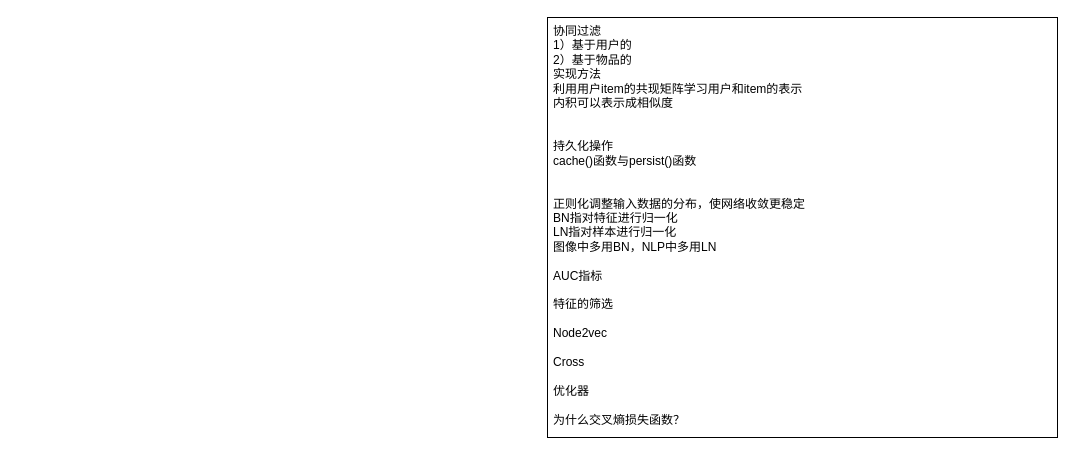
This is 推荐八股.drawio from limpid-11/drawio, a draw.io file, before an edit. Source tidied: cells renumbered, new cells numbered last; positions are measured from the earlier drawing's top-left corner, leaving out a move shared by most shapes. Both pictures are drawn from the tidied source at 100%, with x=0, y=0 at pixel (547, 17).
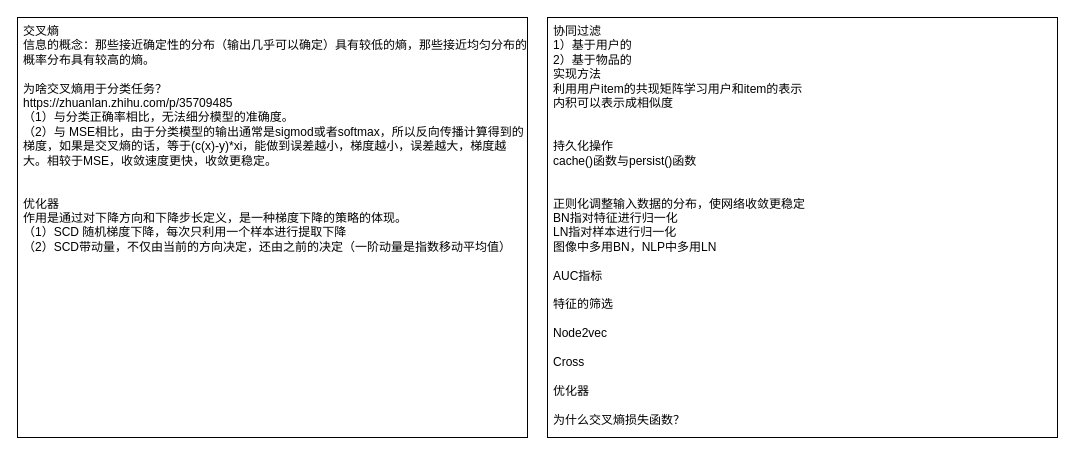
After the change.

Commit message:
更新推荐八股.drawio

What changed in the source:
```diff
@@
 <mxGraphModel>
   <root>
     <mxCell id="0" />
     <mxCell id="1" parent="0" />
     <mxCell id="2" value="协同过滤&lt;div&gt;1）基于用户的&lt;/div&gt;&lt;div&gt;2）基于物品的&lt;/div&gt;&lt;div&gt;实现方法&lt;/div&gt;&lt;div&gt;利用用户item的共现矩阵学习用户和item的表示&lt;/div&gt;&lt;div&gt;内积可以表示成相似度&lt;/div&gt;&lt;div&gt;&lt;br&gt;&lt;/div&gt;&lt;div&gt;&lt;br&gt;&lt;/div&gt;&lt;div&gt;持久化操作&lt;/div&gt;&lt;div&gt;cache()函数与persist()函数&lt;/div&gt;&lt;div&gt;&lt;br&gt;&lt;/div&gt;&lt;div&gt;&lt;br&gt;&lt;/div&gt;&lt;div&gt;正则化调整输入数据的分布，使网络收敛更稳定&lt;/div&gt;&lt;div&gt;BN指对特征进行归一化&lt;/div&gt;&lt;div&gt;LN指对样本进行归一化&lt;/div&gt;&lt;div&gt;图像中多用BN，NLP中多用LN&lt;/div&gt;&lt;div&gt;&lt;br&gt;&lt;/div&gt;&lt;div&gt;AUC指标&lt;/div&gt;&lt;div&gt;&lt;br&gt;&lt;/div&gt;&lt;div&gt;特征的筛选&lt;/div&gt;&lt;div&gt;&lt;br&gt;&lt;/div&gt;&lt;div&gt;Node2vec&lt;/div&gt;&lt;div&gt;&lt;br&gt;&lt;/div&gt;&lt;div&gt;Cross&lt;/div&gt;&lt;div&gt;&lt;br&gt;&lt;/div&gt;&lt;div&gt;优化器&lt;/div&gt;&lt;div&gt;&lt;br&gt;&lt;/div&gt;&lt;div&gt;为什么交叉熵损失函数？&lt;/div&gt;" style="rounded=0;whiteSpace=wrap;html=1;align=left;verticalAlign=top;spacingLeft=4;" parent="1" vertex="1">
       <mxGeometry width="510" height="420" as="geometry" />
     </mxCell>
+    <mxCell id="3" value="交叉熵&lt;div&gt;信息的概念：那些接近确定性的分布（输出几乎可以确定）具有较低的熵，那些接近均匀分布的概率分布具有较高的熵。&lt;/div&gt;&lt;div&gt;&lt;br&gt;&lt;/div&gt;&lt;div&gt;为啥交叉熵用于分类任务？&lt;/div&gt;&lt;div&gt;https://zhuanlan.zhihu.com/p/35709485&lt;br&gt;&lt;/div&gt;&lt;div&gt;（1）与分类正确率相比，无法细分模型的准确度。&lt;/div&gt;&lt;div&gt;（2）与 MSE相比，由于分类模型的输出通常是sigmod或者softmax，所以反向传播计算得到的梯度，如果是交叉熵的话，等于(c(x)-y)*xi，能做到误差越小，梯度越小，误差越大，梯度越大。相较于MSE，收敛速度更快，收敛更稳定。&lt;/div&gt;&lt;div&gt;&lt;br&gt;&lt;/div&gt;&lt;div&gt;&lt;br&gt;&lt;/div&gt;&lt;div&gt;优化器&lt;/div&gt;&lt;div&gt;作用是通过对下降方向和下降步长定义，是一种梯度下降的策略的体现。&lt;/div&gt;&lt;div&gt;（1）SCD 随机梯度下降，每次只利用一个样本进行提取下降&lt;/div&gt;&lt;div&gt;（2）SCD带动量，不仅由当前的方向决定，还由之前的决定（一阶动量是指数移动平均值）&lt;/div&gt;&lt;div&gt;&lt;br&gt;&lt;/div&gt;&lt;div&gt;&lt;br&gt;&lt;/div&gt;" style="rounded=0;whiteSpace=wrap;html=1;align=left;verticalAlign=top;spacingLeft=4;" parent="1" vertex="1">
+      <mxGeometry x="-530" width="510" height="420" as="geometry" />
+    </mxCell>
   </root>
 </mxGraphModel>
```
